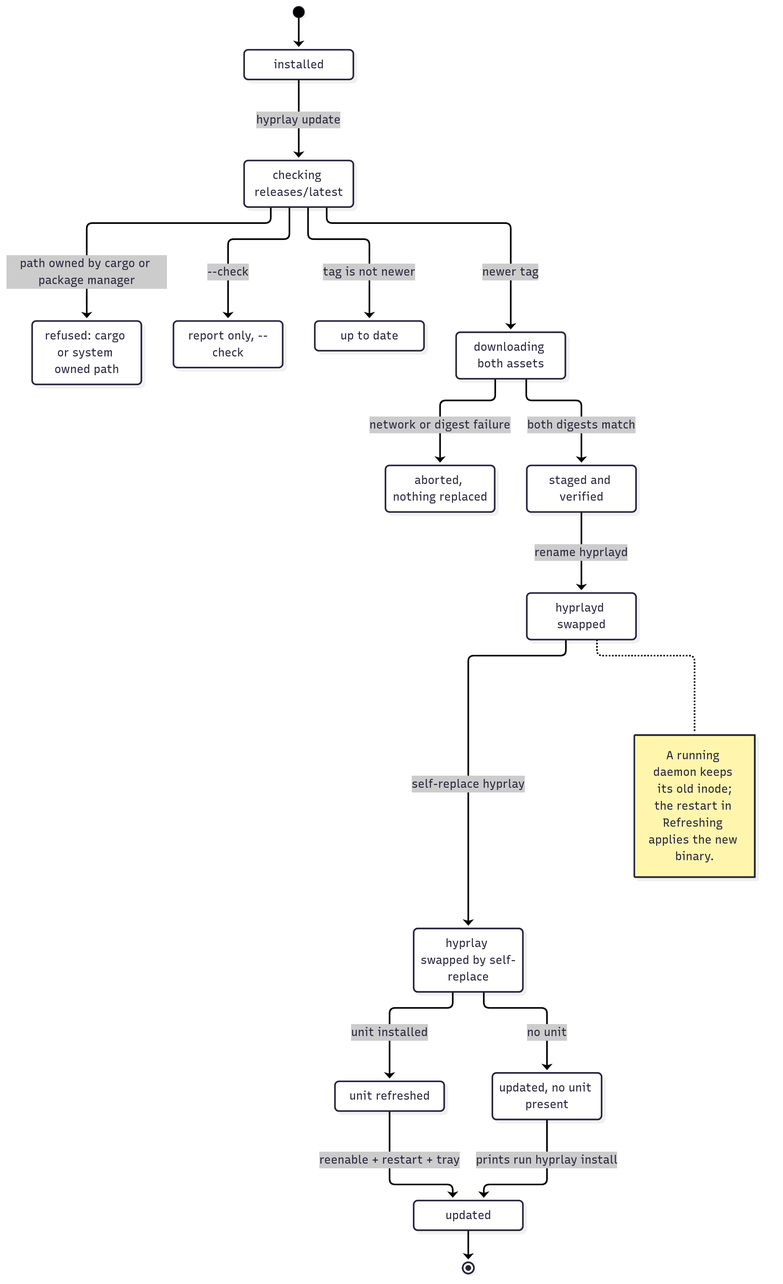
This is docs/diagrams/updating/linux.png from FAZuH/hyprlay, a Mermaid export, as it was before one commit. Its source is kept beside it as docs/diagrams/updating/linux.mmd. Its diagram source:
```mermaid
stateDiagram-v2
    direction TB

    state "installed" as Installed
    state "checking releases/latest" as Checking
    state "up to date" as Current
    state "refused: cargo or system owned path" as Refused
    state "report only, --check" as Reporting
    state "downloading both assets" as Downloading
    state "aborted, nothing replaced" as Aborted
    state "staged and verified" as Staged
    state "hyprlayd swapped" as DaemonSwapped
    state "hyprlay swapped by self-replace" as CliSwapped
    state "unit refreshed" as Refreshing
    state "updated, no unit present" as NoService
    state "updated" as Updated

    [*] --> Installed
    Installed --> Checking : hyprlay update
    Checking --> Refused : path owned by cargo or package manager
    Checking --> Reporting : --check
    Checking --> Current : tag is not newer
    Checking --> Downloading : newer tag
    Downloading --> Aborted : network or digest failure
    Downloading --> Staged : both digests match

    Staged --> DaemonSwapped : rename hyprlayd
    DaemonSwapped --> CliSwapped : self-replace hyprlay
    CliSwapped --> Refreshing : unit installed
    CliSwapped --> NoService : no unit
    Refreshing --> Updated : reenable + restart + tray
    NoService --> Updated : prints run hyprlay install
    Updated --> [*]

    note right of DaemonSwapped
        A running daemon keeps its old inode;
        the restart in Refreshing applies the new binary.
    end note
```
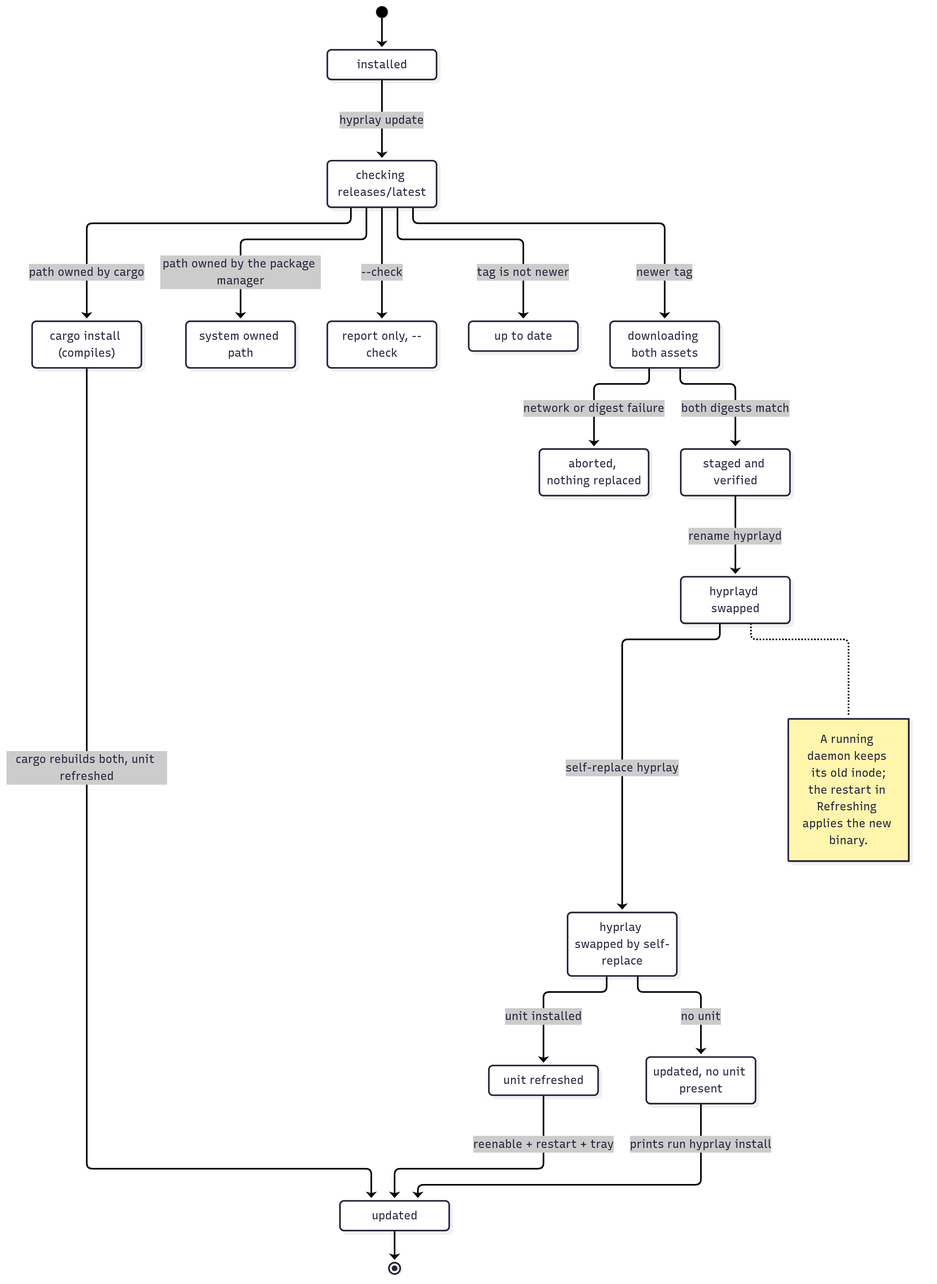
After the change.

Commit message:
docs: document the cargo update path

The edit, as a diff of the source:
```diff
@@ -4,7 +4,8 @@
     state "installed" as Installed
     state "checking releases/latest" as Checking
     state "up to date" as Current
-    state "refused: cargo or system owned path" as Refused
+    state "system owned path" as Refused
+    state "cargo install (compiles)" as CargoInstall
     state "report only, --check" as Reporting
     state "downloading both assets" as Downloading
     state "aborted, nothing replaced" as Aborted
@@ -17,7 +18,8 @@
 
     [*] --> Installed
     Installed --> Checking : hyprlay update
-    Checking --> Refused : path owned by cargo or package manager
+    Checking --> CargoInstall : path owned by cargo
+    Checking --> Refused : path owned by the package manager
     Checking --> Reporting : --check
     Checking --> Current : tag is not newer
     Checking --> Downloading : newer tag
@@ -30,6 +32,7 @@
     CliSwapped --> NoService : no unit
     Refreshing --> Updated : reenable + restart + tray
     NoService --> Updated : prints run hyprlay install
+    CargoInstall --> Updated : cargo rebuilds both, unit refreshed
     Updated --> [*]
 
     note right of DaemonSwapped
```
